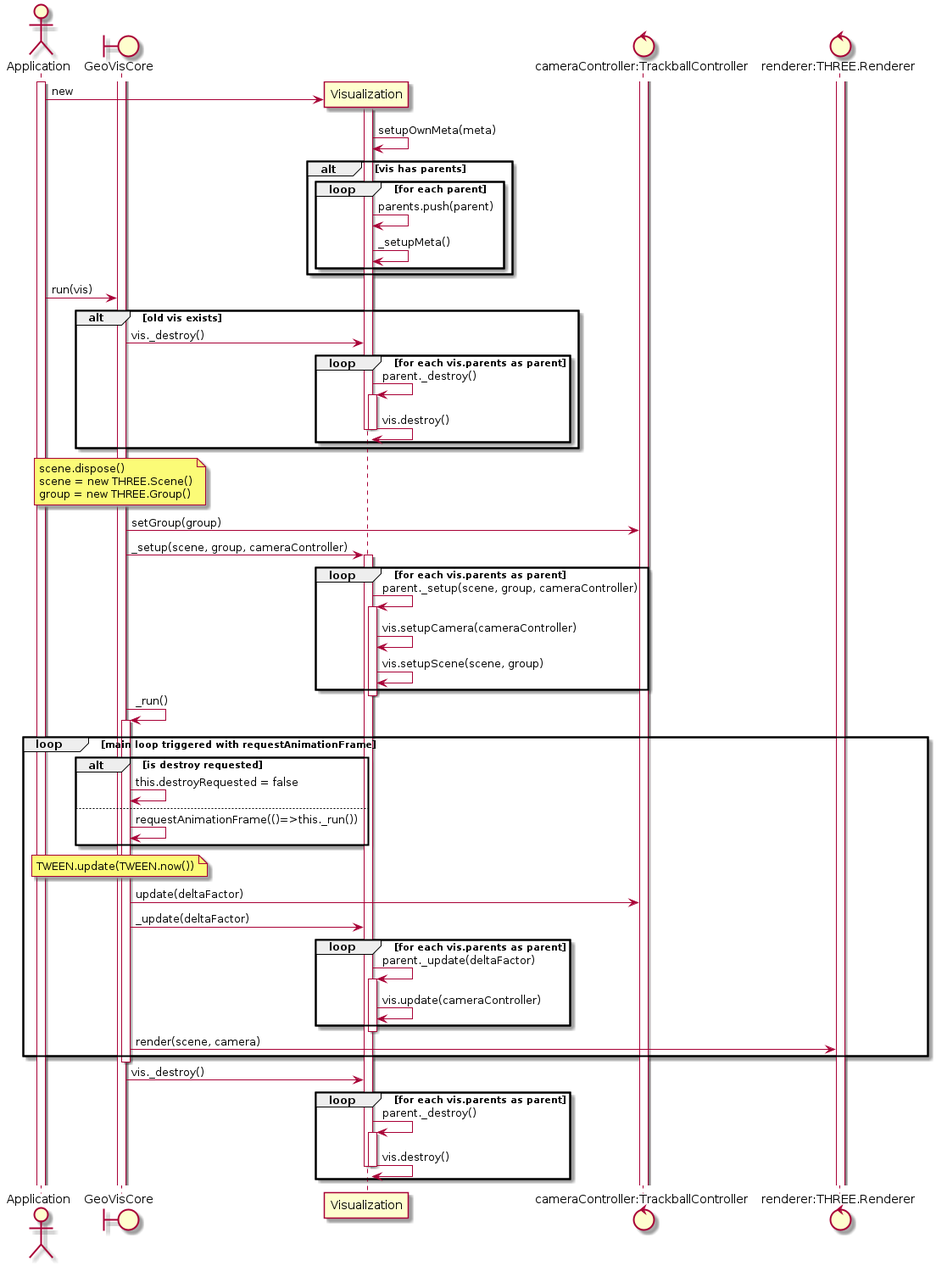
Above: docs/src/diagrams/out/c3_lifecycle_seq.png in damiankoper/geovis (PlantUML), before the change.
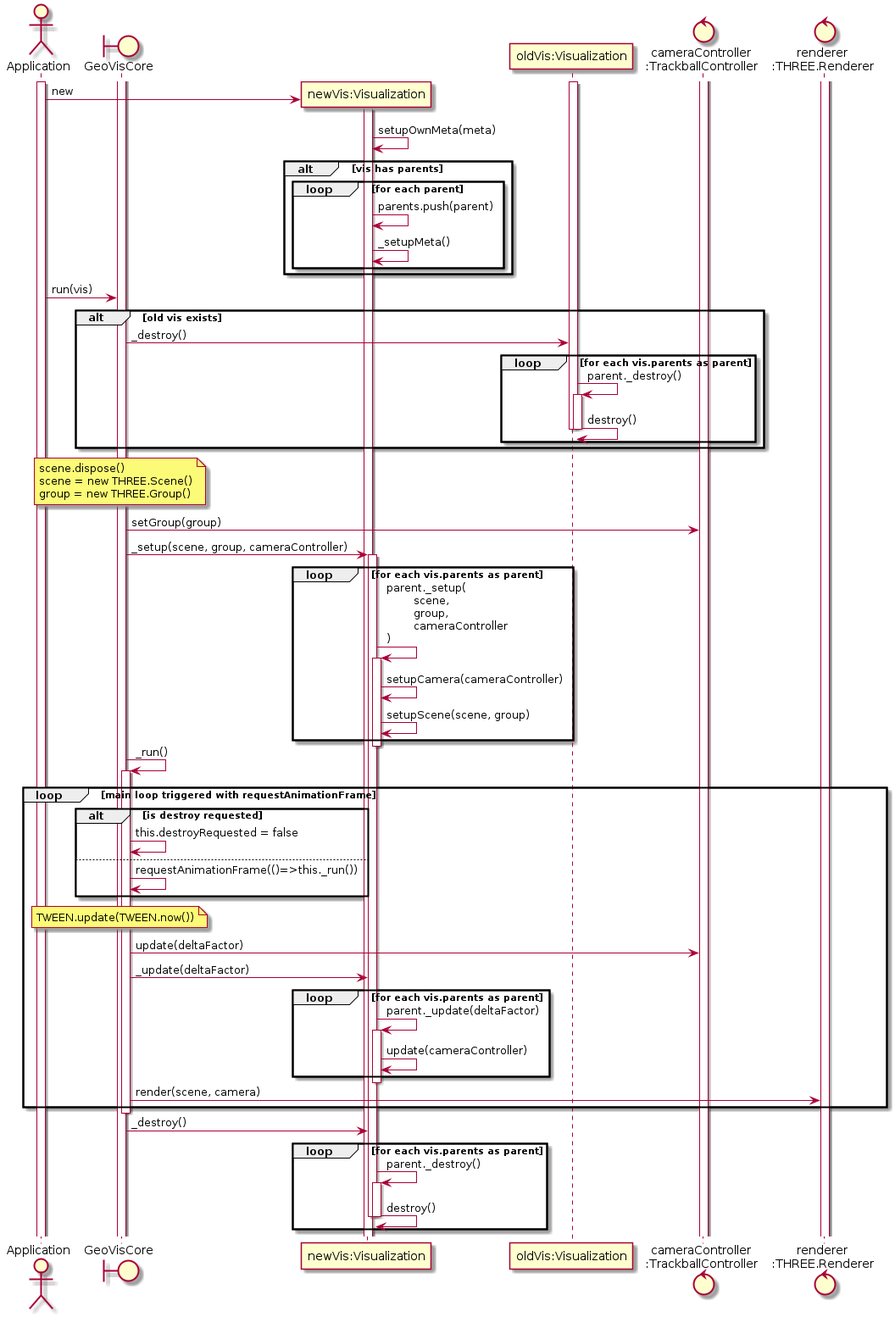
After the commit.

Diff of the diagram source:
```diff
@@ -1,9 +1,11 @@
 @startuml
 actor Application
 boundary GeoVisCore
-participant Visualization
-control "cameraController:TrackballController" as TrackballController
-control "renderer:THREE.Renderer" as Renderer
+participant "newVis:Visualization" as Visualization
+participant "oldVis:Visualization" as VisualizationOld
+control "cameraController\n:TrackballController" as TrackballController
+control "renderer\n:THREE.Renderer" as Renderer
+activate VisualizationOld
 activate Application
 
 create Visualization
@@ -22,14 +24,14 @@
 activate Renderer
 Application -> GeoVisCore : run(vis)
 alt old vis exists
-    GeoVisCore -> Visualization : vis._destroy()
+    GeoVisCore -> VisualizationOld : _destroy()
     loop for each vis.parents as parent
-        Visualization -> Visualization : parent._destroy()
-        activate Visualization
+        VisualizationOld -> VisualizationOld : parent._destroy()
+        activate VisualizationOld
 
-        Visualization -> Visualization : vis.destroy()
-        deactivate Visualization
-        deactivate Visualization
+        VisualizationOld -> VisualizationOld : destroy()
+        deactivate VisualizationOld
+        deactivate VisualizationOld
     end
 end
 
@@ -45,11 +47,11 @@
 activate Visualization
 
 loop for each vis.parents as parent
-    Visualization -> Visualization : parent._setup(scene, group, cameraController)
+    Visualization -> Visualization : parent._setup(\n\tscene, \n\tgroup, \n\tcameraController\n)
     activate Visualization
 
-    Visualization -> Visualization : vis.setupCamera(cameraController)
-    Visualization -> Visualization : vis.setupScene(scene, group)
+    Visualization -> Visualization : setupCamera(cameraController)
+    Visualization -> Visualization : setupScene(scene, group)
 end
 deactivate Visualization
 
@@ -74,18 +76,18 @@
     Visualization -> Visualization : parent._update(deltaFactor)
     activate Visualization
 
-    Visualization -> Visualization : vis.update(cameraController)
+    Visualization -> Visualization : update(cameraController)
 end
 deactivate Visualization
 GeoVisCore -> Renderer : render(scene, camera)
 end
 deactivate GeoVisCore
-GeoVisCore -> Visualization : vis._destroy()
+GeoVisCore -> Visualization : _destroy()
 loop for each vis.parents as parent
     Visualization -> Visualization : parent._destroy()
     activate Visualization
 
-    Visualization -> Visualization : vis.destroy()
+    Visualization -> Visualization : destroy()
 deactivate Visualization
 deactivate Visualization
 end
```
